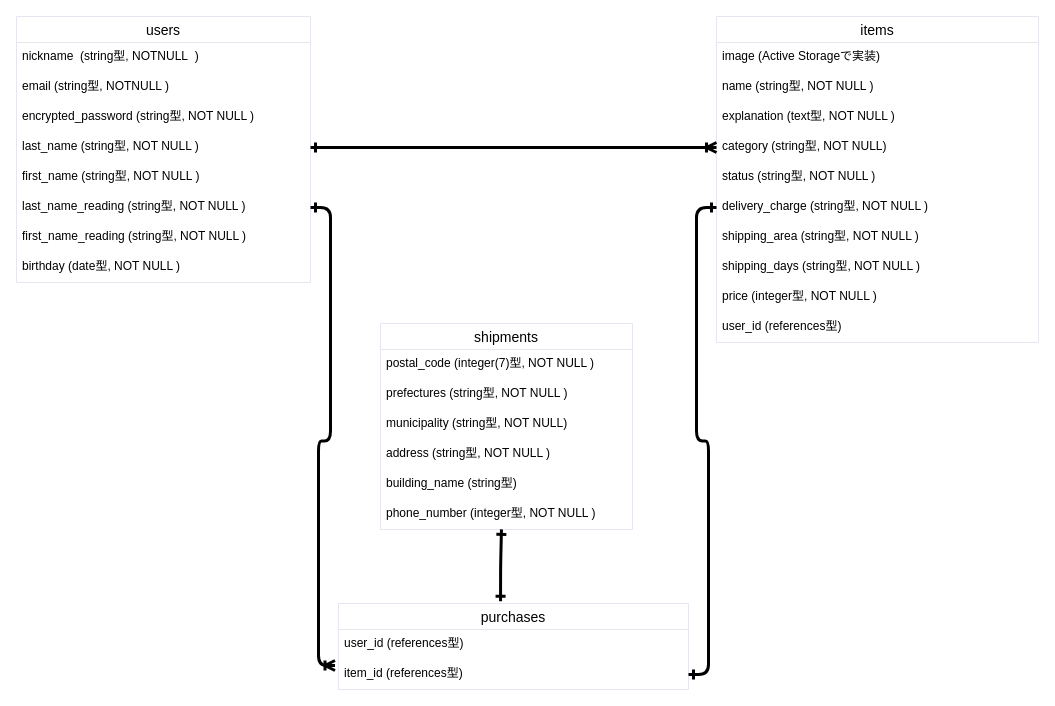
sota-U/furima-36138 keeps this draw.io diagram as test.dio. Above is the earlier version. Source tidied: cells renumbered, new cells numbered last; positions are measured from the earlier drawing's top-left corner, leaving out a move shared by most shapes. Both pictures are drawn from the tidied source at 100%, with x=0, y=0 at pixel (16, 16).
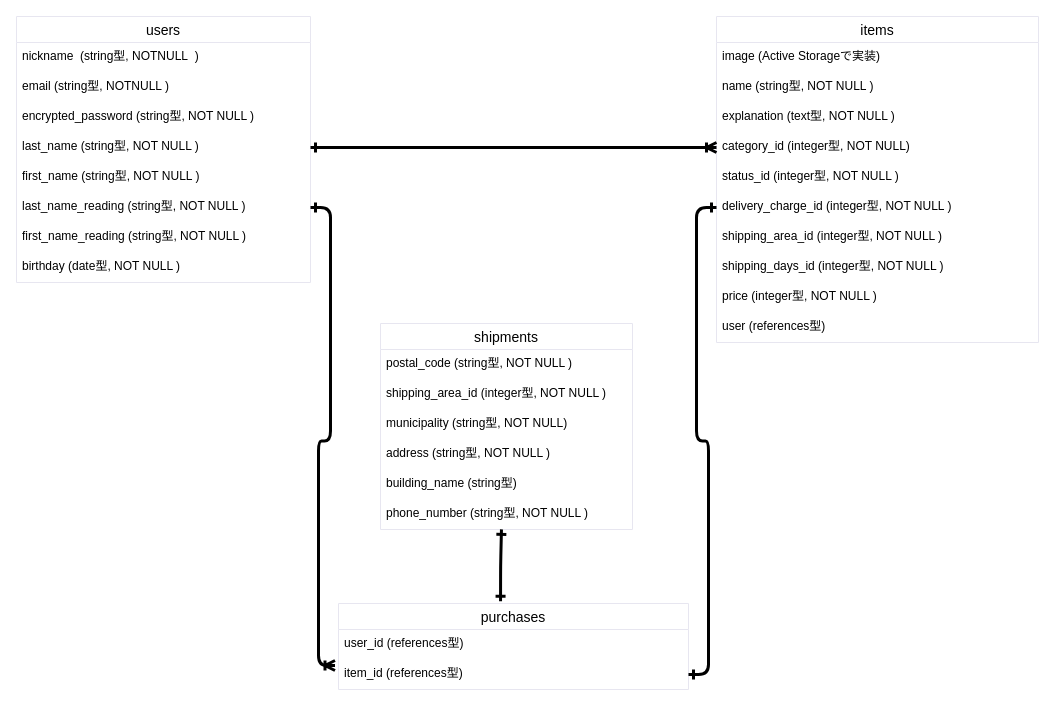
After the change.

Commit message (it also covers changes not shown here):
データベース設計の修正(1)

The change refers to these unchanged cells:
```xml
<mxCell id="12" value="items" style="swimlane;fontStyle=0;horizontal=1;startSize=26;align=center;fontSize=14;rounded=0;strokeColor=#E7E6F0;" parent="1" vertex="1">
  <mxGeometry x="700" width="322" height="326" as="geometry" />
</mxCell>
<mxCell id="23" value="shipments" style="swimlane;fontStyle=0;horizontal=1;startSize=26;align=center;fontSize=14;rounded=0;strokeColor=#E7E6F0;" parent="1" vertex="1">
  <mxGeometry x="364" y="307" width="252" height="206" as="geometry" />
</mxCell>
```

What changed in the source:
```diff
@@
-    <mxCell id="16" value="category (string型, NOT NULL)" style="text;strokeColor=none;fillColor=none;spacingLeft=4;spacingRight=4;overflow=hidden;points=[[0,0.5],[1,0.5]];portConstraint=eastwest;fontSize=12;" parent="12" vertex="1">
+    <mxCell id="16" value="category_id (integer型, NOT NULL)" style="text;strokeColor=none;fillColor=none;spacingLeft=4;spacingRight=4;overflow=hidden;points=[[0,0.5],[1,0.5]];portConstraint=eastwest;fontSize=12;" parent="12" vertex="1">
       <mxGeometry y="116" width="322" height="30" as="geometry" />
     </mxCell>
-    <mxCell id="17" value="status (string型, NOT NULL )" style="text;strokeColor=none;fillColor=none;spacingLeft=4;spacingRight=4;overflow=hidden;fontSize=12;" parent="12" vertex="1">
+    <mxCell id="17" value="status_id (integer型, NOT NULL )" style="text;strokeColor=none;fillColor=none;spacingLeft=4;spacingRight=4;overflow=hidden;fontSize=12;" parent="12" vertex="1">
       <mxGeometry y="146" width="322" height="30" as="geometry" />
     </mxCell>
-    <mxCell id="18" value="delivery_charge (string型, NOT NULL )" style="text;strokeColor=none;fillColor=none;spacingLeft=4;spacingRight=4;overflow=hidden;points=[[0,0.5],[1,0.5]];portConstraint=eastwest;fontSize=12;" parent="12" vertex="1">
+    <mxCell id="18" value="delivery_charge_id (integer型, NOT NULL )" style="text;strokeColor=none;fillColor=none;spacingLeft=4;spacingRight=4;overflow=hidden;points=[[0,0.5],[1,0.5]];portConstraint=eastwest;fontSize=12;" parent="12" vertex="1">
       <mxGeometry y="176" width="322" height="30" as="geometry" />
     </mxCell>
-    <mxCell id="19" value="shipping_area (string型, NOT NULL )" style="text;strokeColor=none;fillColor=none;spacingLeft=4;spacingRight=4;overflow=hidden;fontSize=12;" parent="12" vertex="1">
+    <mxCell id="19" value="shipping_area_id (integer型, NOT NULL )" style="text;strokeColor=none;fillColor=none;spacingLeft=4;spacingRight=4;overflow=hidden;fontSize=12;" parent="12" vertex="1">
       <mxGeometry y="206" width="322" height="30" as="geometry" />
     </mxCell>
-    <mxCell id="20" value="shipping_days (string型, NOT NULL )" style="text;strokeColor=none;fillColor=none;spacingLeft=4;spacingRight=4;overflow=hidden;fontSize=12;" parent="12" vertex="1">
+    <mxCell id="20" value="shipping_days_id (integer型, NOT NULL )" style="text;strokeColor=none;fillColor=none;spacingLeft=4;spacingRight=4;overflow=hidden;fontSize=12;" parent="12" vertex="1">
       <mxGeometry y="236" width="322" height="30" as="geometry" />
     </mxCell>
@@
-    <mxCell id="22" value="user_id (references型)" style="text;strokeColor=none;fillColor=none;spacingLeft=4;spacingRight=4;overflow=hidden;fontSize=12;" parent="12" vertex="1">
+    <mxCell id="22" value="user (references型)" style="text;strokeColor=none;fillColor=none;spacingLeft=4;spacingRight=4;overflow=hidden;fontSize=12;" parent="12" vertex="1">
       <mxGeometry y="296" width="322" height="30" as="geometry" />
     </mxCell>
@@
-    <mxCell id="24" value="postal_code (integer(7)型, NOT NULL )" style="text;strokeColor=none;fillColor=none;spacingLeft=4;spacingRight=4;overflow=hidden;fontSize=12;" parent="23" vertex="1">
+    <mxCell id="24" value="postal_code (string型, NOT NULL )" style="text;strokeColor=none;fillColor=none;spacingLeft=4;spacingRight=4;overflow=hidden;fontSize=12;" parent="23" vertex="1">
       <mxGeometry y="26" width="252" height="30" as="geometry" />
     </mxCell>
-    <mxCell id="25" value="prefectures (string型, NOT NULL )" style="text;strokeColor=none;fillColor=none;spacingLeft=4;spacingRight=4;overflow=hidden;fontSize=12;" parent="23" vertex="1">
+    <mxCell id="25" value="shipping_area_id (integer型, NOT NULL )" style="text;strokeColor=none;fillColor=none;spacingLeft=4;spacingRight=4;overflow=hidden;fontSize=12;" parent="23" vertex="1">
       <mxGeometry y="56" width="252" height="30" as="geometry" />
     </mxCell>
@@
-    <mxCell id="29" value="phone_number (integer型, NOT NULL )" style="text;strokeColor=none;fillColor=none;spacingLeft=4;spacingRight=4;overflow=hidden;points=[[0,0.5],[1,0.5]];portConstraint=eastwest;fontSize=12;" parent="23" vertex="1">
+    <mxCell id="29" value="phone_number (string型, NOT NULL )" style="text;strokeColor=none;fillColor=none;spacingLeft=4;spacingRight=4;overflow=hidden;points=[[0,0.5],[1,0.5]];portConstraint=eastwest;fontSize=12;" parent="23" vertex="1">
       <mxGeometry y="176" width="252" height="30" as="geometry" />
     </mxCell>
```
